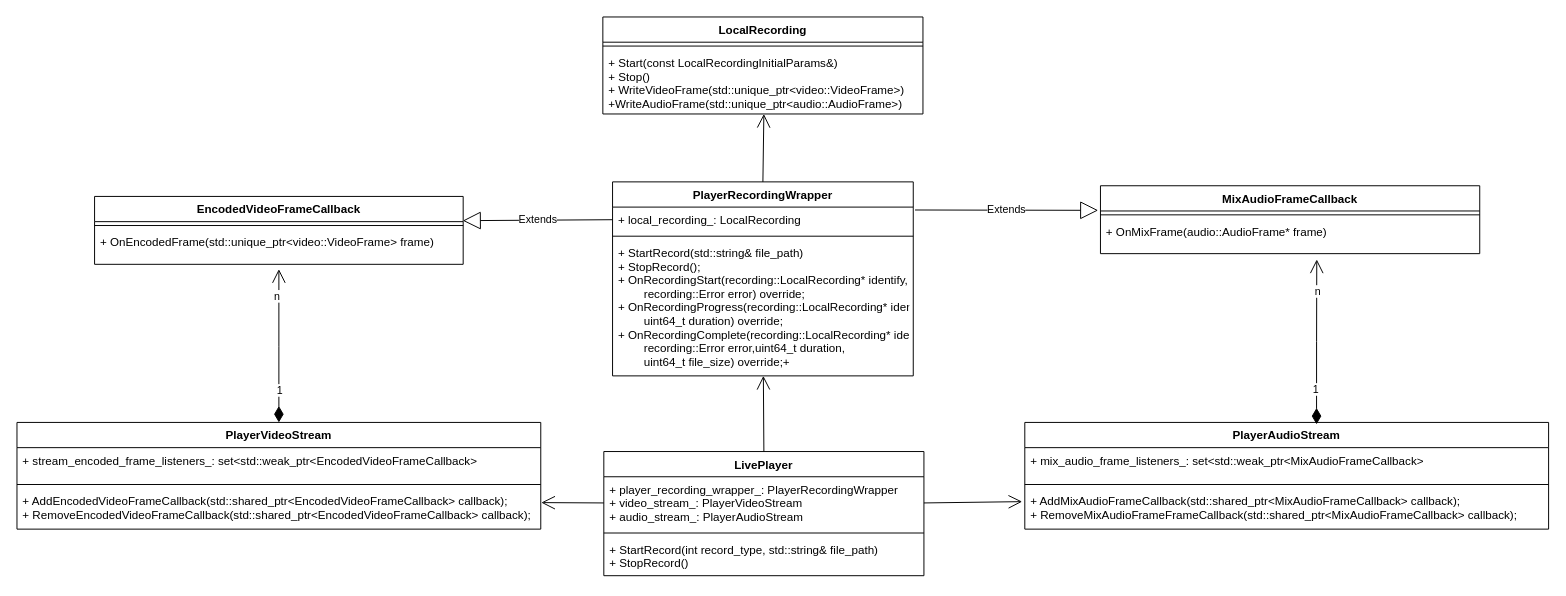
Above: diagrams/未命名绘图.drawio in paopaosecret/resources (draw.io), before the change. Source tidied: cells renumbered, new cells numbered last; positions are measured from the earlier drawing's top-left corner, leaving out a move shared by most shapes. Both pictures are drawn from the tidied source at 97%, with x=0, y=0 at pixel (16, 16).
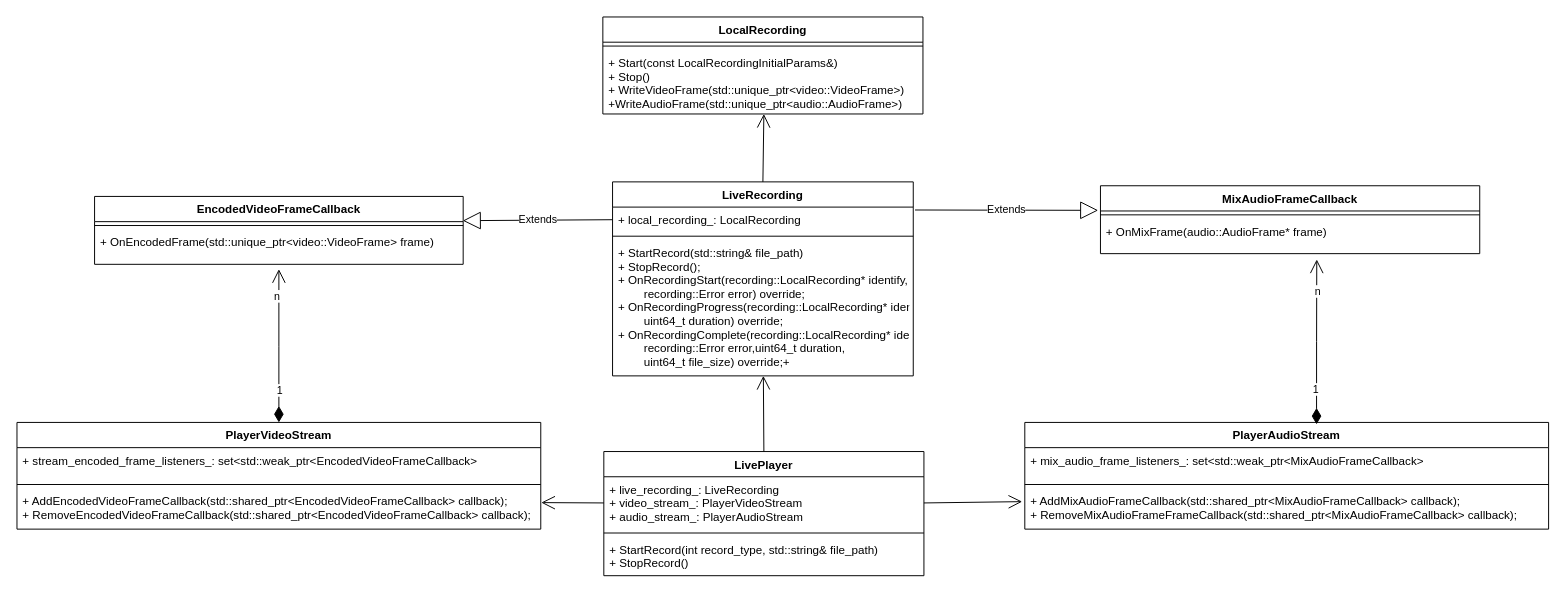
After the change.

Commit message:
更新未命名绘图.drawio

Unchanged cells that the change refers to:
```xml
<mxCell id="2" value="LivePlayer" style="swimlane;fontStyle=1;align=center;verticalAlign=top;horizontal=1;startSize=26;" parent="1" vertex="1">
  <mxGeometry x="605" y="448" width="330" height="128" as="geometry" />
</mxCell>
```

Diff of the diagram source:
```diff
@@
-    <mxCell id="3" value="+ player_recording_wrapper_: PlayerRecordingWrapper&#10;+ video_stream_: PlayerVideoStream&#10;+ audio_stream_: PlayerAudioStream" style="text;strokeColor=none;fillColor=none;align=left;verticalAlign=top;spacingLeft=4;spacingRight=4;overflow=hidden;points=[[0,0.5],[1,0.5]];portConstraint=eastwest;fontColor=default;fontStyle=0;" parent="2" vertex="1">
+    <mxCell id="3" value="+ live_recording_: LiveRecording&#10;+ video_stream_: PlayerVideoStream&#10;+ audio_stream_: PlayerAudioStream" style="text;strokeColor=none;fillColor=none;align=left;verticalAlign=top;spacingLeft=4;spacingRight=4;overflow=hidden;points=[[0,0.5],[1,0.5]];portConstraint=eastwest;fontColor=default;fontStyle=0;" parent="2" vertex="1">
       <mxGeometry y="26" width="330" height="54" as="geometry" />
     </mxCell>
@@
-    <mxCell id="6" value="PlayerRecordingWrapper" style="swimlane;fontStyle=1;align=center;verticalAlign=top;horizontal=1;startSize=26;fontColor=default;" parent="1" vertex="1">
+    <mxCell id="6" value="LiveRecording" style="swimlane;fontStyle=1;align=center;verticalAlign=top;horizontal=1;startSize=26;fontColor=default;" parent="1" vertex="1">
       <mxGeometry x="614" y="170" width="310" height="200" as="geometry" />
     </mxCell>
```
